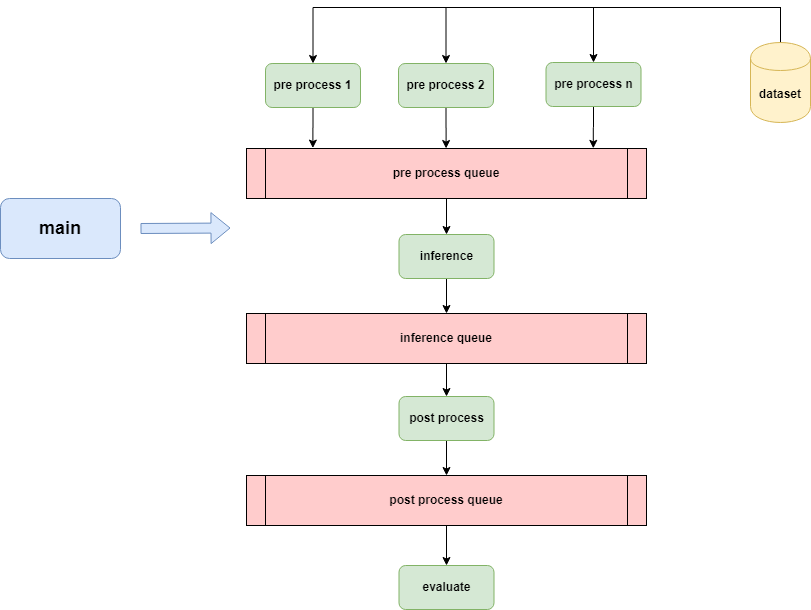
Ascend/msadvisor keeps this draw.io diagram as docs/img/inference.png. Above is the earlier version. Source tidied: cells renumbered, new cells last; positions are measured from the earlier drawing's top-left corner, leaving out a move shared by most shapes.
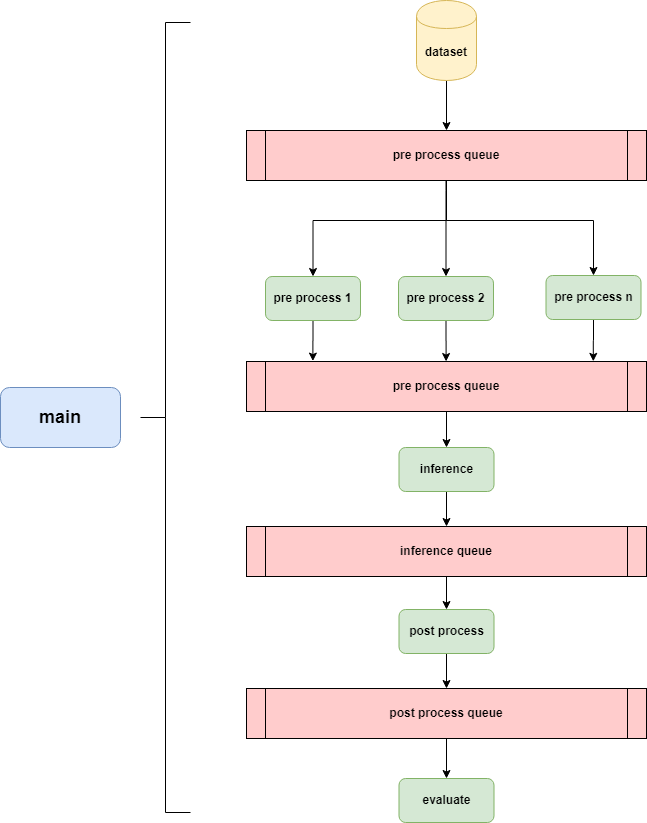
The same diagram one commit later.

Change to the diagram source:
```diff
@@ -53,41 +53,43 @@
     <mxCell id="18" value="&lt;b&gt;evaluate&lt;/b&gt;" style="rounded=1;whiteSpace=wrap;html=1;fillColor=#d5e8d4;strokeColor=#82b366;" parent="1" vertex="1">
       <mxGeometry x="398.5" y="558" width="95" height="44" as="geometry" />
     </mxCell>
-    <mxCell id="19" style="edgeStyle=orthogonalEdgeStyle;rounded=0;jettySize=auto;html=1;exitX=0.5;exitY=0;exitDx=0;exitDy=0;entryX=0.5;entryY=0;entryDx=0;entryDy=0;" parent="1" edge="1" source="22" target="9">
+    <mxCell id="19" style="edgeStyle=orthogonalEdgeStyle;rounded=0;jettySize=auto;html=1;entryX=0.5;entryY=0;entryDx=0;entryDy=0;exitX=0.5;exitY=1;exitDx=0;exitDy=0;" parent="1" edge="1" source="26" target="9">
       <mxGeometry relative="1" as="geometry">
         <Array as="points">
-          <mxPoint x="780" />
+          <mxPoint x="446" />
           <mxPoint x="593" />
         </Array>
       </mxGeometry>
     </mxCell>
-    <mxCell id="20" style="edgeStyle=orthogonalEdgeStyle;rounded=0;jettySize=auto;html=1;exitX=0.5;exitY=0;exitDx=0;exitDy=0;entryX=0.5;entryY=0;entryDx=0;entryDy=0;" parent="1" edge="1" source="22" target="7">
+    <mxCell id="20" style="edgeStyle=orthogonalEdgeStyle;rounded=0;jettySize=auto;html=1;entryX=0.5;entryY=0;entryDx=0;entryDy=0;" parent="1" edge="1" source="26" target="7">
       <mxGeometry relative="1" as="geometry">
         <Array as="points">
-          <mxPoint x="780" />
-          <mxPoint x="446" />
+          <mxPoint x="446" y="-30" />
         </Array>
       </mxGeometry>
     </mxCell>
-    <mxCell id="21" style="edgeStyle=orthogonalEdgeStyle;rounded=0;jettySize=auto;html=1;exitX=0.5;exitY=0;exitDx=0;exitDy=0;entryX=0.5;entryY=0;entryDx=0;entryDy=0;" parent="1" edge="1" source="22" target="5">
+    <mxCell id="21" style="edgeStyle=orthogonalEdgeStyle;rounded=0;jettySize=auto;html=1;exitX=0.5;exitY=1;exitDx=0;exitDy=0;entryX=0.5;entryY=0;entryDx=0;entryDy=0;" parent="1" edge="1" source="26" target="5">
       <mxGeometry relative="1" as="geometry">
         <Array as="points">
-          <mxPoint x="780" />
+          <mxPoint x="446" />
           <mxPoint x="313" />
         </Array>
       </mxGeometry>
     </mxCell>
+    <mxCell id="25" style="edgeStyle=orthogonalEdgeStyle;rounded=0;jettySize=auto;html=1;" parent="1" edge="1" source="22" target="26">
+      <mxGeometry relative="1" as="geometry" />
+    </mxCell>
     <mxCell id="22" value="&lt;b&gt;dataset&lt;/b&gt;" style="shape=cylinder;whiteSpace=wrap;html=1;boundedLbl=1;backgroundOutline=1;fillColor=#fff2cc;strokeColor=#d6b656;" parent="1" vertex="1">
-      <mxGeometry x="750" y="35" width="60" height="80" as="geometry" />
+      <mxGeometry x="416" y="-220" width="60" height="80" as="geometry" />
     </mxCell>
     <mxCell id="23" value="&lt;b&gt;&lt;font style=&quot;font-size: 18px&quot;&gt;main&lt;/font&gt;&lt;/b&gt;" style="rounded=1;whiteSpace=wrap;html=1;strokeWidth=1;fillColor=#dae8fc;strokeColor=#6c8ebf;" parent="1" vertex="1">
-      <mxGeometry y="191" width="120" height="60" as="geometry" />
+      <mxGeometry y="167" width="120" height="60" as="geometry" />
     </mxCell>
-    <mxCell id="24" style="shape=flexArrow;endArrow=classic;html=1;fillColor=#dae8fc;strokeColor=#6c8ebf;" parent="1" edge="1">
-      <mxGeometry relative="1" as="geometry">
-        <mxPoint x="140" y="221" as="sourcePoint" />
-        <mxPoint x="230" y="220.5" as="targetPoint" />
-      </mxGeometry>
-    </mxCell>
+    <mxCell id="26" value="pre process queue" style="shape=process;whiteSpace=wrap;align=center;verticalAlign=middle;size=0.0475;fontStyle=1;strokeWidth=1;fillColor=#FFCCCC;" parent="1" vertex="1">
+      <mxGeometry x="246" y="-90" width="400" height="50" as="geometry" />
+    </mxCell>
+    <mxCell id="27" style="strokeWidth=1;html=1;shape=mxgraph.flowchart.annotation_2;align=left;labelPosition=right;" parent="1" vertex="1">
+      <mxGeometry x="140" y="-198" width="50" height="790" as="geometry" />
+    </mxCell>
   </root>
 </mxGraphModel>
```
